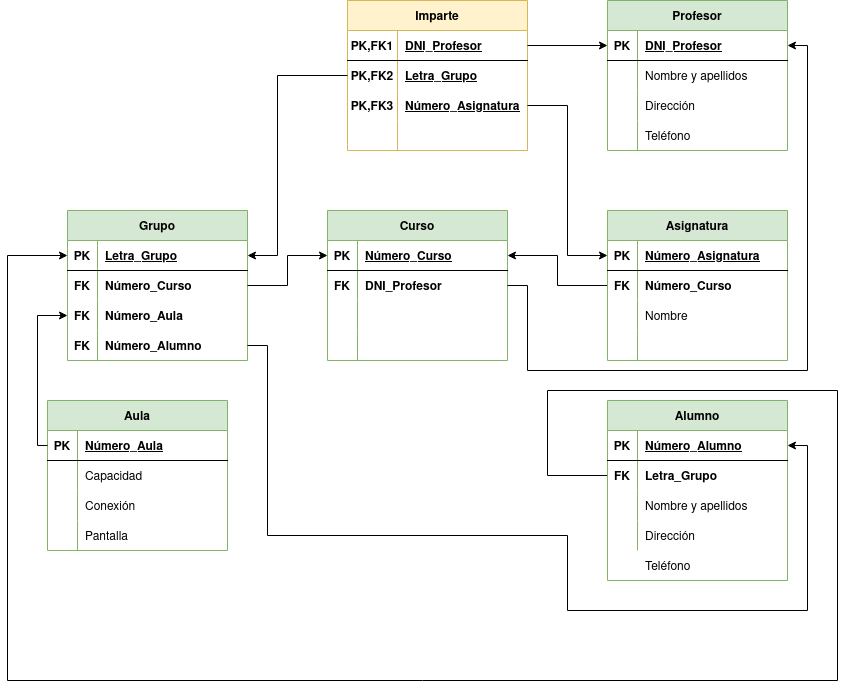
Before: TAREAS/Tarea10/IMG/MR.Nº12.(Gestión docente).drawio.png, a diagram exported from draw.io (samugd17/base-datos-bae-). Source tidied: cells renumbered, new cells last; positions are measured from the earlier drawing's top-left corner, leaving out a move shared by most shapes.
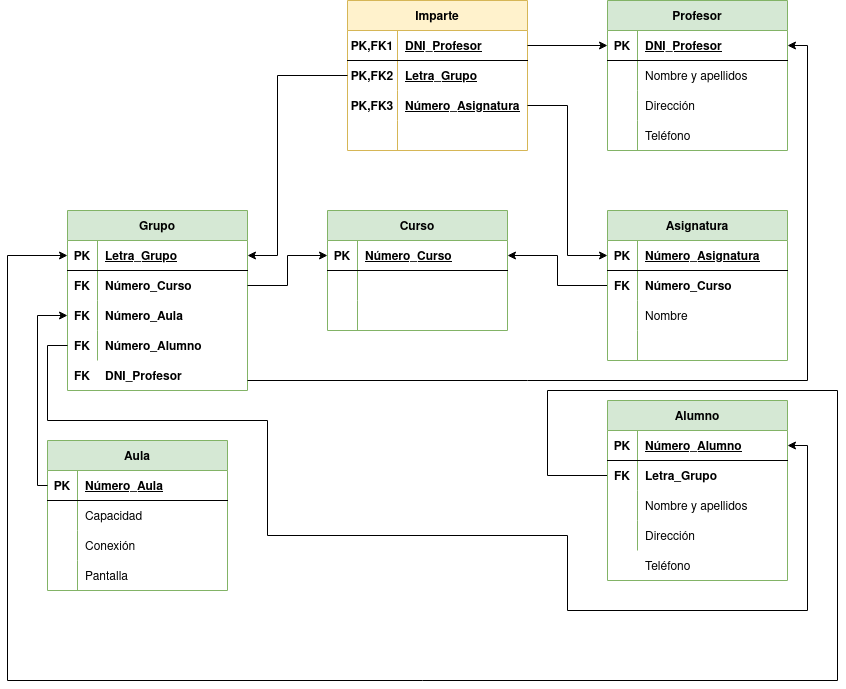
Above is the later version.

What changed in the source:
```diff
@@ -3,7 +3,7 @@
     <mxCell id="0" />
     <mxCell id="1" parent="0" />
     <mxCell id="2" value="Aula" style="shape=table;startSize=30;rowLines=0;fontStyle=1;align=center;fillColor=#d5e8d4;strokeColor=#82b366;" parent="1" vertex="1">
-      <mxGeometry x="40" y="400" width="180" height="150" as="geometry" />
+      <mxGeometry x="40" y="440" width="180" height="150" as="geometry" />
     </mxCell>
     <mxCell id="3" style="shape=tableRow;horizontal=0;startSize=0;swimlaneHead=0;swimlaneBody=0;fillColor=none;points=[[0,0.5],[1,0.5]];portConstraint=eastwest;top=0;left=0;right=0;bottom=1;" parent="2" vertex="1">
       <mxGeometry y="30" width="180" height="30" as="geometry" />
@@ -42,7 +42,7 @@
       <mxGeometry x="30" width="150" height="30" as="geometry" />
     </mxCell>
     <mxCell id="15" value="Grupo" style="shape=table;startSize=30;rowLines=0;fontStyle=1;align=center;fillColor=#d5e8d4;strokeColor=#82b366;" parent="1" vertex="1">
-      <mxGeometry x="60" y="210" width="180" height="150" as="geometry" />
+      <mxGeometry x="60" y="210" width="180" height="180" as="geometry" />
     </mxCell>
     <mxCell id="16" style="shape=tableRow;horizontal=0;startSize=0;swimlaneHead=0;swimlaneBody=0;fillColor=none;points=[[0,0.5],[1,0.5]];portConstraint=eastwest;top=0;left=0;right=0;bottom=1;" parent="15" vertex="1">
       <mxGeometry y="30" width="180" height="30" as="geometry" />
@@ -131,10 +131,12 @@
     <mxCell id="41" value="Dirección" style="shape=partialRectangle;fillColor=none;top=0;left=0;bottom=0;right=0;align=left;spacingLeft=6;overflow=hidden;" parent="39" vertex="1">
       <mxGeometry x="30" width="150" height="30" as="geometry" />
     </mxCell>
-    <mxCell id="42" style="edgeStyle=orthogonalEdgeStyle;rounded=0;jettySize=auto;html=1;entryX=1;entryY=0.5;entryDx=0;entryDy=0;exitX=1;exitY=0.5;exitDx=0;exitDy=0;" parent="1" edge="1" source="25" target="30">
+    <mxCell id="42" style="edgeStyle=orthogonalEdgeStyle;rounded=0;jettySize=auto;html=1;entryX=1;entryY=0.5;entryDx=0;entryDy=0;exitX=0;exitY=0.5;exitDx=0;exitDy=0;" parent="1" edge="1" source="25" target="30">
       <mxGeometry relative="1" as="geometry">
         <Array as="points">
-          <mxPoint x="260" y="345" />
+          <mxPoint x="40" y="345" />
+          <mxPoint x="40" y="420" />
+          <mxPoint x="260" y="420" />
           <mxPoint x="260" y="535" />
           <mxPoint x="560" y="535" />
           <mxPoint x="560" y="610" />
@@ -147,7 +149,7 @@
       <mxGeometry x="630" y="550" width="150" height="30" as="geometry" />
     </mxCell>
     <mxCell id="44" value="Curso" style="shape=table;startSize=30;rowLines=0;fontStyle=1;align=center;fillColor=#d5e8d4;strokeColor=#82b366;" parent="1" vertex="1">
-      <mxGeometry x="320" y="210" width="180" height="150" as="geometry" />
+      <mxGeometry x="320" y="210" width="180" height="120" as="geometry" />
     </mxCell>
     <mxCell id="45" style="shape=tableRow;horizontal=0;startSize=0;swimlaneHead=0;swimlaneBody=0;fillColor=none;points=[[0,0.5],[1,0.5]];portConstraint=eastwest;top=0;left=0;right=0;bottom=1;" parent="44" vertex="1">
       <mxGeometry y="30" width="180" height="30" as="geometry" />
@@ -158,17 +160,8 @@
     <mxCell id="47" value="Número_Curso" style="shape=partialRectangle;fillColor=none;top=0;left=0;bottom=0;right=0;align=left;spacingLeft=6;fontStyle=5;overflow=hidden;" parent="45" vertex="1">
       <mxGeometry x="30" width="150" height="30" as="geometry" />
     </mxCell>
-    <mxCell id="48" style="shape=tableRow;horizontal=0;startSize=0;swimlaneHead=0;swimlaneBody=0;fillColor=none;points=[[0,0.5],[1,0.5]];portConstraint=eastwest;top=0;left=0;right=0;bottom=0;" parent="44" vertex="1">
-      <mxGeometry y="60" width="180" height="30" as="geometry" />
-    </mxCell>
-    <mxCell id="49" value="FK" style="shape=partialRectangle;fillColor=none;top=0;left=0;bottom=0;right=0;overflow=hidden;fontStyle=1;" parent="48" vertex="1">
-      <mxGeometry width="30" height="30" as="geometry" />
-    </mxCell>
-    <mxCell id="50" value="DNI_Profesor" style="shape=partialRectangle;fillColor=none;top=0;left=0;bottom=0;right=0;align=left;spacingLeft=6;overflow=hidden;fontStyle=1;" parent="48" vertex="1">
-      <mxGeometry x="30" width="150" height="30" as="geometry" />
-    </mxCell>
     <mxCell id="51" style="shape=tableRow;horizontal=0;startSize=0;swimlaneHead=0;swimlaneBody=0;fillColor=none;top=0;left=0;right=0;bottom=0;" parent="44" vertex="1">
-      <mxGeometry y="90" width="180" height="30" as="geometry" />
+      <mxGeometry y="60" width="180" height="30" as="geometry" />
     </mxCell>
     <mxCell id="52" style="shape=partialRectangle;fillColor=none;top=0;left=0;bottom=0;right=0;overflow=hidden;fontStyle=1;" parent="51" vertex="1">
       <mxGeometry width="30" height="30" as="geometry" />
@@ -177,7 +170,7 @@
       <mxGeometry x="30" width="150" height="30" as="geometry" />
     </mxCell>
     <mxCell id="54" style="shape=tableRow;horizontal=0;startSize=0;swimlaneHead=0;swimlaneBody=0;fillColor=none;top=0;left=0;right=0;bottom=0;" parent="44" vertex="1">
-      <mxGeometry y="120" width="180" height="30" as="geometry" />
+      <mxGeometry y="90" width="180" height="30" as="geometry" />
     </mxCell>
     <mxCell id="55" style="shape=partialRectangle;fillColor=none;top=0;left=0;bottom=0;right=0;overflow=hidden;" parent="54" vertex="1">
       <mxGeometry width="30" height="30" as="geometry" />
@@ -266,16 +259,6 @@
     <mxCell id="83" value="Teléfono" style="shape=partialRectangle;fillColor=none;top=0;left=0;bottom=0;right=0;align=left;spacingLeft=6;overflow=hidden;" parent="81" vertex="1">
       <mxGeometry x="30" width="150" height="30" as="geometry" />
     </mxCell>
-    <mxCell id="84" style="edgeStyle=orthogonalEdgeStyle;rounded=0;jettySize=auto;html=1;entryX=1;entryY=0.5;entryDx=0;entryDy=0;exitX=1;exitY=0.5;exitDx=0;exitDy=0;" parent="1" edge="1" source="48" target="72">
-      <mxGeometry relative="1" as="geometry">
-        <Array as="points">
-          <mxPoint x="520" y="285" />
-          <mxPoint x="520" y="370" />
-          <mxPoint x="800" y="370" />
-          <mxPoint x="800" y="45" />
-        </Array>
-      </mxGeometry>
-    </mxCell>
     <mxCell id="85" value="Imparte" style="shape=table;startSize=30;rowLines=0;fontStyle=1;align=center;fillColor=#fff2cc;strokeColor=#d6b656;" parent="1" vertex="1">
       <mxGeometry x="340" width="180" height="150" as="geometry" />
     </mxCell>
@@ -324,10 +307,10 @@
     <mxCell id="100" style="edgeStyle=orthogonalEdgeStyle;rounded=0;jettySize=auto;html=1;entryX=0;entryY=0.5;entryDx=0;entryDy=0;" parent="1" edge="1" source="19" target="45">
       <mxGeometry relative="1" as="geometry" />
     </mxCell>
-    <mxCell id="101" style="edgeStyle=orthogonalEdgeStyle;rounded=0;jettySize=auto;html=1;entryX=0;entryY=0.5;entryDx=0;entryDy=0;" parent="1" edge="1" source="3" target="22">
+    <mxCell id="101" style="edgeStyle=orthogonalEdgeStyle;rounded=0;jettySize=auto;html=1;entryX=0;entryY=0.5;entryDx=0;entryDy=0;exitX=0;exitY=0.5;exitDx=0;exitDy=0;" parent="1" edge="1" source="3" target="22">
       <mxGeometry relative="1" as="geometry">
         <Array as="points">
-          <mxPoint x="30" y="445" />
+          <mxPoint x="30" y="485" />
           <mxPoint x="30" y="315" />
         </Array>
       </mxGeometry>
@@ -340,5 +323,20 @@
         </Array>
       </mxGeometry>
     </mxCell>
+    <mxCell id="50" value="DNI_Profesor" style="shape=partialRectangle;fillColor=none;top=0;left=0;bottom=0;right=0;align=left;spacingLeft=6;overflow=hidden;fontStyle=1;" parent="1" vertex="1">
+      <mxGeometry x="90" y="360" width="150" height="30" as="geometry" />
+    </mxCell>
+    <mxCell id="49" value="FK" style="shape=partialRectangle;fillColor=none;top=0;left=0;bottom=0;right=0;overflow=hidden;fontStyle=1;" parent="1" vertex="1">
+      <mxGeometry x="60" y="360" width="30" height="30" as="geometry" />
+    </mxCell>
+    <mxCell id="103" style="edgeStyle=orthogonalEdgeStyle;rounded=0;jettySize=auto;html=1;entryX=1;entryY=0.5;entryDx=0;entryDy=0;" parent="1" edge="1" target="72">
+      <mxGeometry relative="1" as="geometry">
+        <mxPoint x="240" y="380" as="sourcePoint" />
+        <Array as="points">
+          <mxPoint x="800" y="380" />
+          <mxPoint x="800" y="45" />
+        </Array>
+      </mxGeometry>
+    </mxCell>
   </root>
 </mxGraphModel>
```
